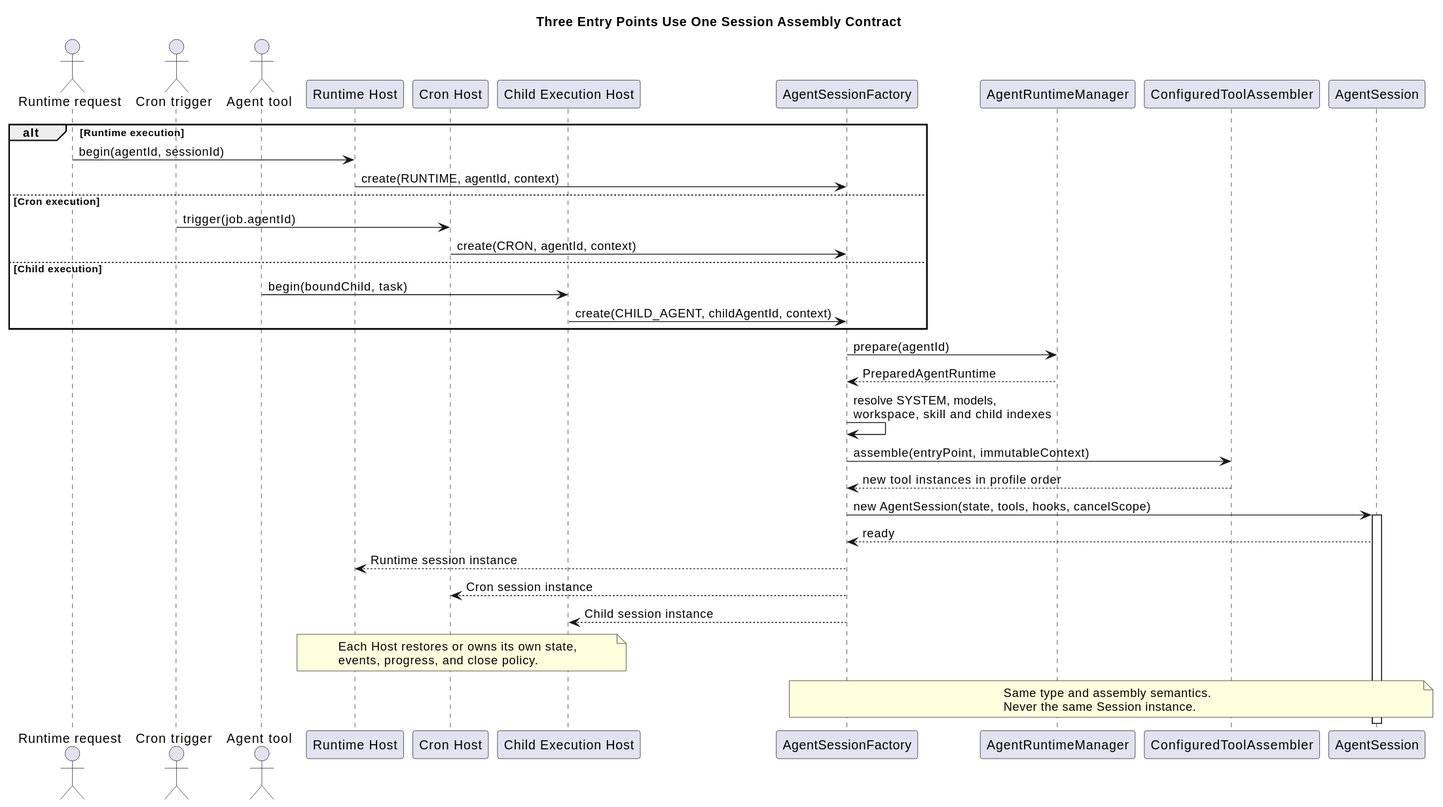
ssm0808/pi-mono-java-design keeps this PlantUML diagram as pi-mono-java-tool-system/agent_session_assembly.svg. Above is the earlier version.
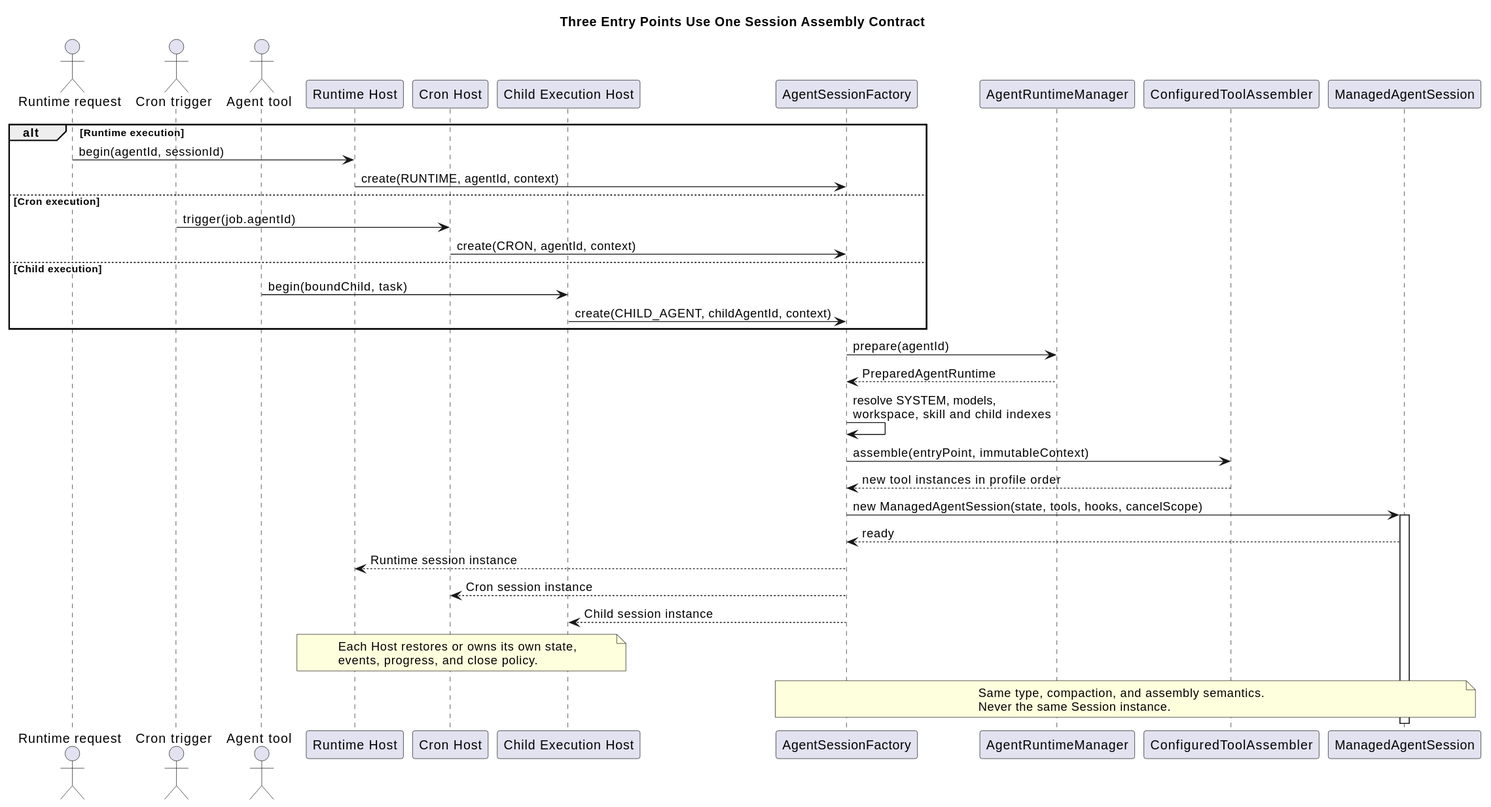
The same diagram one commit later.

What changed in the source:
```diff
@@ -12,7 +12,7 @@
 participant "AgentSessionFactory" as Factory
 participant "AgentRuntimeManager" as Manager
 participant "ConfiguredToolAssembler" as Tools
-participant "AgentSession" as Session
+participant "ManagedAgentSession" as Session
 
 alt Runtime execution
   Runtime -> RH : begin(agentId, sessionId)
@@ -30,7 +30,7 @@
 Factory -> Factory : resolve SYSTEM, models,\nworkspace, skill and child indexes
 Factory -> Tools : assemble(entryPoint, immutableContext)
 Tools --> Factory : new tool instances in profile order
-Factory -> Session ++ : new AgentSession(state, tools, hooks, cancelScope)
+Factory -> Session ++ : new ManagedAgentSession(state, tools, hooks, cancelScope)
 Session --> Factory : ready
 Factory --> RH : Runtime session instance
 Factory --> CH : Cron session instance
@@ -42,7 +42,7 @@
 end note
 
 note over Factory,Session
-Same type and assembly semantics.
+Same type, compaction, and assembly semantics.
 Never the same Session instance.
 end note
 @enduml
```
